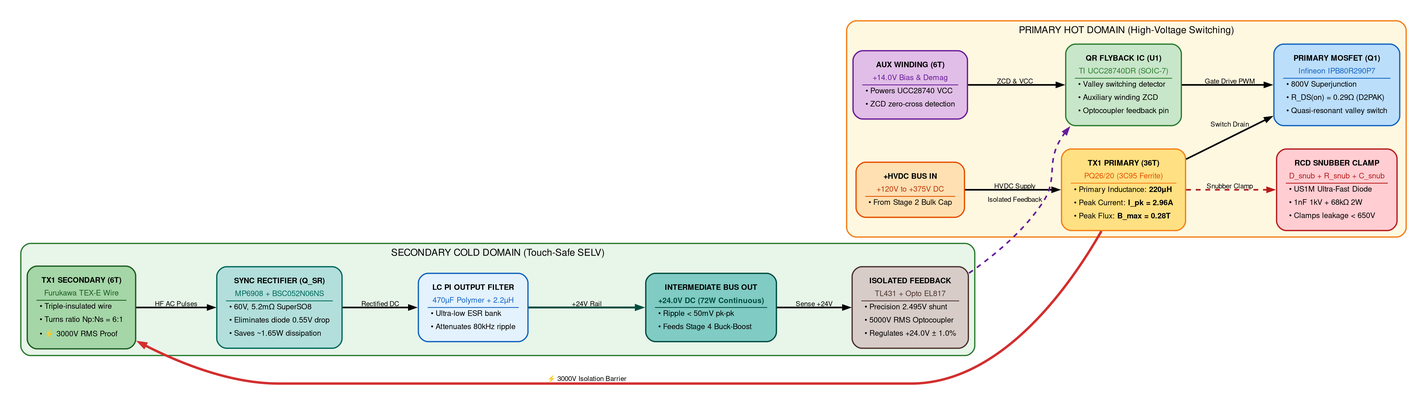
Above: smart_programmable_power_supply/diagram_inside_stage3_flyback.png in tthongs/av_iv (Graphviz), before the change. Its source is kept beside it as smart_programmable_power_supply/diagram_inside_stage3_flyback.dot. The source it was exported from:
```dot
digraph InsideStage3Flyback {
    graph [
        rankdir=LR,
        bgcolor="#FFFFFF",
        compound=true,
        fontname="Helvetica, Arial, sans-serif",
        fontsize=12,
        nodesep=0.40,
        ranksep=0.65,
        pad="0.25,0.25",
        splines=true
    ];

    node [
        fontname="Helvetica, Arial, sans-serif",
        fontsize=9.5,
        shape=box,
        style="filled,rounded",
        margin="0.16,0.12",
        penwidth=1.6
    ];

    edge [
        fontname="Helvetica, Arial, sans-serif",
        fontsize=8.5,
        penwidth=2.0,
        arrowsize=0.8
    ];

    subgraph cluster_pri_flyback {
        label = "PRIMARY HOT DOMAIN (High-Voltage Switching)";
        style = "filled,rounded";
        fillcolor = "#FFF8E1";
        color = "#F57F17";
        penwidth = 1.6;

        hvdc_in [
            label = <<table border="0" cellborder="0" cellspacing="2">
                <tr><td><b>+HVDC BUS IN</b></td></tr>
                <tr><td><font color="#BF360C">+120V to +375V DC</font></td></tr>
                <hr/>
                <tr><td align="left">• From Stage 2 Bulk Cap</td></tr>
            </table>>,
            fillcolor = "#FFE0B2",
            color = "#E65100"
        ];

        rcd_snubber [
            label = <<table border="0" cellborder="0" cellspacing="2">
                <tr><td><b>RCD SNUBBER CLAMP</b></td></tr>
                <tr><td><font color="#B71C1C">D_snub + R_snub + C_snub</font></td></tr>
                <hr/>
                <tr><td align="left">• US1M Ultra-Fast Diode</td></tr>
                <tr><td align="left">• 1nF 1kV + 68kΩ 2W</td></tr>
                <tr><td align="left">• Clamps leakage &lt; 650V</td></tr>
            </table>>,
            fillcolor = "#FFCDD2",
            color = "#B71C1C"
        ];

        pri_winding [
            label = <<table border="0" cellborder="0" cellspacing="2">
                <tr><td><b>TX1 PRIMARY (36T)</b></td></tr>
                <tr><td><font color="#E65100">PQ26/20 (3C95 Ferrite)</font></td></tr>
                <hr/>
                <tr><td align="left">• Primary Inductance: <b>220µH</b></td></tr>
                <tr><td align="left">• Peak Current: <b>I_pk = 2.96A</b></td></tr>
                <tr><td align="left">• Peak Flux: <b>B_max = 0.28T</b></td></tr>
            </table>>,
            fillcolor = "#FFE082",
            color = "#F57F17"
        ];

        pri_mosfet [
            label = <<table border="0" cellborder="0" cellspacing="2">
                <tr><td><b>PRIMARY MOSFET (Q1)</b></td></tr>
                <tr><td><font color="#1565C0">Infineon IPB80R290P7</font></td></tr>
                <hr/>
                <tr><td align="left">• 800V Superjunction</td></tr>
                <tr><td align="left">• R_DS(on) = 0.29Ω (D2PAK)</td></tr>
                <tr><td align="left">• Quasi-resonant valley switch</td></tr>
            </table>>,
            fillcolor = "#BBDEFB",
            color = "#1565C0"
        ];

        qr_controller [
            label = <<table border="0" cellborder="0" cellspacing="2">
                <tr><td><b>QR FLYBACK IC (U1)</b></td></tr>
                <tr><td><font color="#2E7D32">TI UCC28740DR (SOIC-7)</font></td></tr>
                <hr/>
                <tr><td align="left">• Valley switching detector</td></tr>
                <tr><td align="left">• Auxiliary winding ZCD</td></tr>
                <tr><td align="left">• Optocoupler feedback pin</td></tr>
            </table>>,
            fillcolor = "#C8E6C9",
            color = "#2E7D32"
        ];

        aux_winding [
            label = <<table border="0" cellborder="0" cellspacing="2">
                <tr><td><b>AUX WINDING (6T)</b></td></tr>
                <tr><td><font color="#6A1B9A">+14.0V Bias &amp; Demag</font></td></tr>
                <hr/>
                <tr><td align="left">• Powers UCC28740 VCC</td></tr>
                <tr><td align="left">• ZCD zero-cross detection</td></tr>
            </table>>,
            fillcolor = "#E1BEE7",
            color = "#6A1B9A"
        ];
    }

    subgraph cluster_sec_flyback {
        label = "SECONDARY COLD DOMAIN (Touch-Safe SELV)";
        style = "filled,rounded";
        fillcolor = "#E8F5E9";
        color = "#2E7D32";
        penwidth = 1.6;

        sec_winding [
            label = <<table border="0" cellborder="0" cellspacing="2">
                <tr><td><b>TX1 SECONDARY (6T)</b></td></tr>
                <tr><td><font color="#1B5E20">Furukawa TEX-E Wire</font></td></tr>
                <hr/>
                <tr><td align="left">• Triple-insulated wire</td></tr>
                <tr><td align="left">• Turns ratio Np:Ns = 6:1</td></tr>
                <tr><td align="left">• ⚡ 3000V RMS Proof</td></tr>
            </table>>,
            fillcolor = "#A5D6A7",
            color = "#1B5E20"
        ];

        sync_rectifier [
            label = <<table border="0" cellborder="0" cellspacing="2">
                <tr><td><b>SYNC RECTIFIER (Q_SR)</b></td></tr>
                <tr><td><font color="#00695C">MP6908 + BSC052N06NS</font></td></tr>
                <hr/>
                <tr><td align="left">• 60V, 5.2mΩ SuperSO8</td></tr>
                <tr><td align="left">• Eliminates diode 0.55V drop</td></tr>
                <tr><td align="left">• Saves ~1.65W dissipation</td></tr>
            </table>>,
            fillcolor = "#B2DFDB",
            color = "#00695C"
        ];

        sec_filter [
            label = <<table border="0" cellborder="0" cellspacing="2">
                <tr><td><b>LC PI OUTPUT FILTER</b></td></tr>
                <tr><td><font color="#1565C0">470µF Polymer + 2.2µH</font></td></tr>
                <hr/>
                <tr><td align="left">• Ultra-low ESR bank</td></tr>
                <tr><td align="left">• Attenuates 80kHz ripple</td></tr>
            </table>>,
            fillcolor = "#E3F2FD",
            color = "#1565C0"
        ];

        tl431_opto [
            label = <<table border="0" cellborder="0" cellspacing="2">
                <tr><td><b>ISOLATED FEEDBACK</b></td></tr>
                <tr><td><font color="#4E342E">TL431 + Opto EL817</font></td></tr>
                <hr/>
                <tr><td align="left">• Precision 2.495V shunt</td></tr>
                <tr><td align="left">• 5000V RMS Optocoupler</td></tr>
                <tr><td align="left">• Regulates +24.0V ± 1.0%</td></tr>
            </table>>,
            fillcolor = "#D7CCC8",
            color = "#4E342E"
        ];

        bus_24v [
            label = <<table border="0" cellborder="0" cellspacing="2">
                <tr><td><b>INTERMEDIATE BUS OUT</b></td></tr>
                <tr><td><font color="#004D40"><b>+24.0V DC (72W Continuous)</b></font></td></tr>
                <hr/>
                <tr><td align="left">• Ripple &lt; 50mV pk-pk</td></tr>
                <tr><td align="left">• Feeds Stage 4 Buck-Boost</td></tr>
            </table>>,
            fillcolor = "#80CBC4",
            color = "#004D40"
        ];
    }

    hvdc_in -> pri_winding [label="HVDC Supply"];
    pri_winding -> rcd_snubber [label="Snubber Clamp", style=dashed, color="#B71C1C"];
    pri_winding -> pri_mosfet [label="Switch Drain"];
    qr_controller -> pri_mosfet [label="Gate Drive PWM"];
    aux_winding -> qr_controller [label="ZCD & VCC"];

    pri_winding -> sec_winding [label="⚡ 3000V Isolation Barrier", penwidth=3.0, color="#D32F2F", style=bold];
    sec_winding -> sync_rectifier [label="HF AC Pulses"];
    sync_rectifier -> sec_filter [label="Rectified DC"];
    sec_filter -> bus_24v [label="+24V Rail", color="#004D40", penwidth=2.4];
    bus_24v -> tl431_opto [label="Sense +24V"];
    tl431_opto -> qr_controller [label="Isolated Feedback", style=dashed, color="#6A1B9A"];
}
```
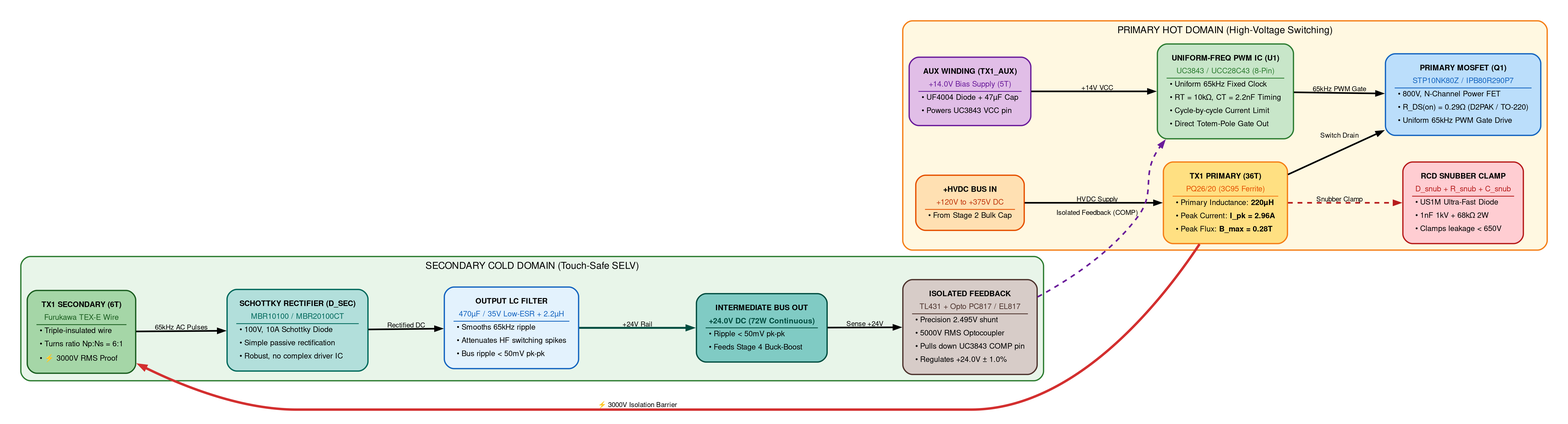
After the commit.

Diff of the diagram source:
```diff
@@ -74,24 +74,25 @@
         pri_mosfet [
             label = <<table border="0" cellborder="0" cellspacing="2">
                 <tr><td><b>PRIMARY MOSFET (Q1)</b></td></tr>
-                <tr><td><font color="#1565C0">Infineon IPB80R290P7</font></td></tr>
+                <tr><td><font color="#1565C0">STP10NK80Z / IPB80R290P7</font></td></tr>
                 <hr/>
-                <tr><td align="left">• 800V Superjunction</td></tr>
-                <tr><td align="left">• R_DS(on) = 0.29Ω (D2PAK)</td></tr>
-                <tr><td align="left">• Quasi-resonant valley switch</td></tr>
+                <tr><td align="left">• 800V, N-Channel Power FET</td></tr>
+                <tr><td align="left">• R_DS(on) = 0.29Ω (D2PAK / TO-220)</td></tr>
+                <tr><td align="left">• Uniform 65kHz PWM Gate Drive</td></tr>
             </table>>,
             fillcolor = "#BBDEFB",
             color = "#1565C0"
         ];
 
-        qr_controller [
+        pwm_controller [
             label = <<table border="0" cellborder="0" cellspacing="2">
-                <tr><td><b>QR FLYBACK IC (U1)</b></td></tr>
-                <tr><td><font color="#2E7D32">TI UCC28740DR (SOIC-7)</font></td></tr>
+                <tr><td><b>UNIFORM-FREQ PWM IC (U1)</b></td></tr>
+                <tr><td><font color="#2E7D32">UC3843 / UCC28C43 (8-Pin)</font></td></tr>
                 <hr/>
-                <tr><td align="left">• Valley switching detector</td></tr>
-                <tr><td align="left">• Auxiliary winding ZCD</td></tr>
-                <tr><td align="left">• Optocoupler feedback pin</td></tr>
+                <tr><td align="left">• Uniform 65kHz Fixed Clock</td></tr>
+                <tr><td align="left">• RT = 10kΩ, CT = 2.2nF Timing</td></tr>
+                <tr><td align="left">• Cycle-by-cycle Current Limit</td></tr>
+                <tr><td align="left">• Direct Totem-Pole Gate Out</td></tr>
             </table>>,
             fillcolor = "#C8E6C9",
             color = "#2E7D32"
@@ -99,11 +100,11 @@
 
         aux_winding [
             label = <<table border="0" cellborder="0" cellspacing="2">
-                <tr><td><b>AUX WINDING (6T)</b></td></tr>
-                <tr><td><font color="#6A1B9A">+14.0V Bias &amp; Demag</font></td></tr>
+                <tr><td><b>AUX WINDING (TX1_AUX)</b></td></tr>
+                <tr><td><font color="#6A1B9A">+14.0V Bias Supply (5T)</font></td></tr>
                 <hr/>
-                <tr><td align="left">• Powers UCC28740 VCC</td></tr>
-                <tr><td align="left">• ZCD zero-cross detection</td></tr>
+                <tr><td align="left">• UF4004 Diode + 47µF Cap</td></tr>
+                <tr><td align="left">• Powers UC3843 VCC pin</td></tr>
             </table>>,
             fillcolor = "#E1BEE7",
             color = "#6A1B9A"
@@ -130,14 +131,14 @@
             color = "#1B5E20"
         ];
 
-        sync_rectifier [
+        schottky_rectifier [
             label = <<table border="0" cellborder="0" cellspacing="2">
-                <tr><td><b>SYNC RECTIFIER (Q_SR)</b></td></tr>
-                <tr><td><font color="#00695C">MP6908 + BSC052N06NS</font></td></tr>
+                <tr><td><b>SCHOTTKY RECTIFIER (D_SEC)</b></td></tr>
+                <tr><td><font color="#00695C">MBR10100 / MBR20100CT</font></td></tr>
                 <hr/>
-                <tr><td align="left">• 60V, 5.2mΩ SuperSO8</td></tr>
-                <tr><td align="left">• Eliminates diode 0.55V drop</td></tr>
-                <tr><td align="left">• Saves ~1.65W dissipation</td></tr>
+                <tr><td align="left">• 100V, 10A Schottky Diode</td></tr>
+                <tr><td align="left">• Simple passive rectification</td></tr>
+                <tr><td align="left">• Robust, no complex driver IC</td></tr>
             </table>>,
             fillcolor = "#B2DFDB",
             color = "#00695C"
@@ -145,11 +146,12 @@
 
         sec_filter [
             label = <<table border="0" cellborder="0" cellspacing="2">
-                <tr><td><b>LC PI OUTPUT FILTER</b></td></tr>
-                <tr><td><font color="#1565C0">470µF Polymer + 2.2µH</font></td></tr>
+                <tr><td><b>OUTPUT LC FILTER</b></td></tr>
+                <tr><td><font color="#1565C0">470µF / 35V Low-ESR + 2.2µH</font></td></tr>
                 <hr/>
-                <tr><td align="left">• Ultra-low ESR bank</td></tr>
-                <tr><td align="left">• Attenuates 80kHz ripple</td></tr>
+                <tr><td align="left">• Smooths 65kHz ripple</td></tr>
+                <tr><td align="left">• Attenuates HF switching spikes</td></tr>
+                <tr><td align="left">• Bus ripple &lt; 50mV pk-pk</td></tr>
             </table>>,
             fillcolor = "#E3F2FD",
             color = "#1565C0"
@@ -158,10 +160,11 @@
         tl431_opto [
             label = <<table border="0" cellborder="0" cellspacing="2">
                 <tr><td><b>ISOLATED FEEDBACK</b></td></tr>
-                <tr><td><font color="#4E342E">TL431 + Opto EL817</font></td></tr>
+                <tr><td><font color="#4E342E">TL431 + Opto PC817 / EL817</font></td></tr>
                 <hr/>
                 <tr><td align="left">• Precision 2.495V shunt</td></tr>
                 <tr><td align="left">• 5000V RMS Optocoupler</td></tr>
+                <tr><td align="left">• Pulls down UC3843 COMP pin</td></tr>
                 <tr><td align="left">• Regulates +24.0V ± 1.0%</td></tr>
             </table>>,
             fillcolor = "#D7CCC8",
@@ -184,13 +187,13 @@
     hvdc_in -> pri_winding [label="HVDC Supply"];
     pri_winding -> rcd_snubber [label="Snubber Clamp", style=dashed, color="#B71C1C"];
     pri_winding -> pri_mosfet [label="Switch Drain"];
-    qr_controller -> pri_mosfet [label="Gate Drive PWM"];
-    aux_winding -> qr_controller [label="ZCD & VCC"];
+    pwm_controller -> pri_mosfet [label="65kHz PWM Gate"];
+    aux_winding -> pwm_controller [label="+14V VCC"];
 
     pri_winding -> sec_winding [label="⚡ 3000V Isolation Barrier", penwidth=3.0, color="#D32F2F", style=bold];
-    sec_winding -> sync_rectifier [label="HF AC Pulses"];
-    sync_rectifier -> sec_filter [label="Rectified DC"];
+    sec_winding -> schottky_rectifier [label="65kHz AC Pulses"];
+    schottky_rectifier -> sec_filter [label="Rectified DC"];
     sec_filter -> bus_24v [label="+24V Rail", color="#004D40", penwidth=2.4];
     bus_24v -> tl431_opto [label="Sense +24V"];
-    tl431_opto -> qr_controller [label="Isolated Feedback", style=dashed, color="#6A1B9A"];
+    tl431_opto -> pwm_controller [label="Isolated Feedback (COMP)", style=dashed, color="#6A1B9A"];
 }
```
